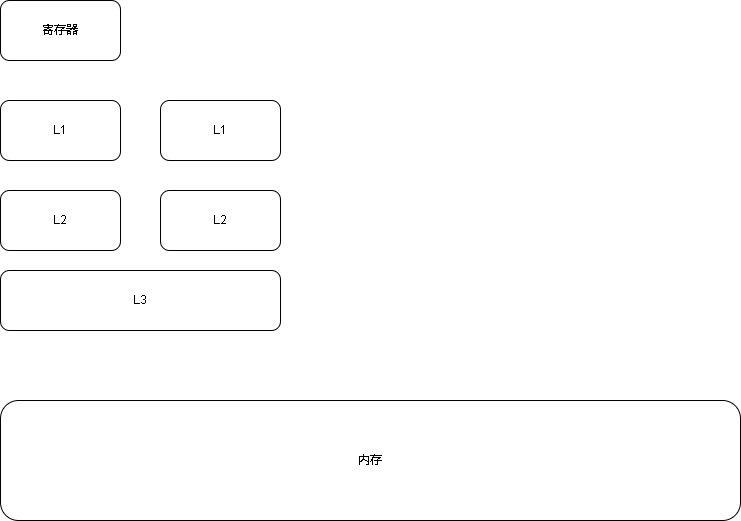
Before: cpu.drawio.png, a diagram exported from draw.io (xktder/draw). Source tidied: cells renumbered, new cells last; positions are measured from the earlier drawing's top-left corner, leaving out a move shared by most shapes.
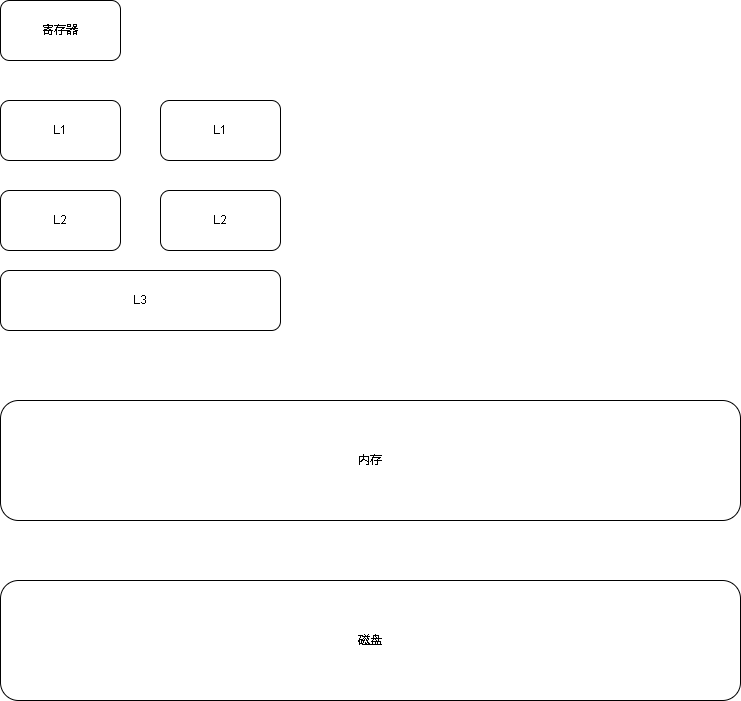
After the commit.

Change to the diagram source:
```diff
@@ -23,5 +23,8 @@
     <mxCell id="8" value="内存" style="rounded=1;whiteSpace=wrap;html=1;" parent="1" vertex="1">
       <mxGeometry y="400" width="740" height="120" as="geometry" />
     </mxCell>
+    <mxCell id="9" value="磁盘" style="rounded=1;whiteSpace=wrap;html=1;" parent="1" vertex="1">
+      <mxGeometry y="580" width="740" height="120" as="geometry" />
+    </mxCell>
   </root>
 </mxGraphModel>
```
